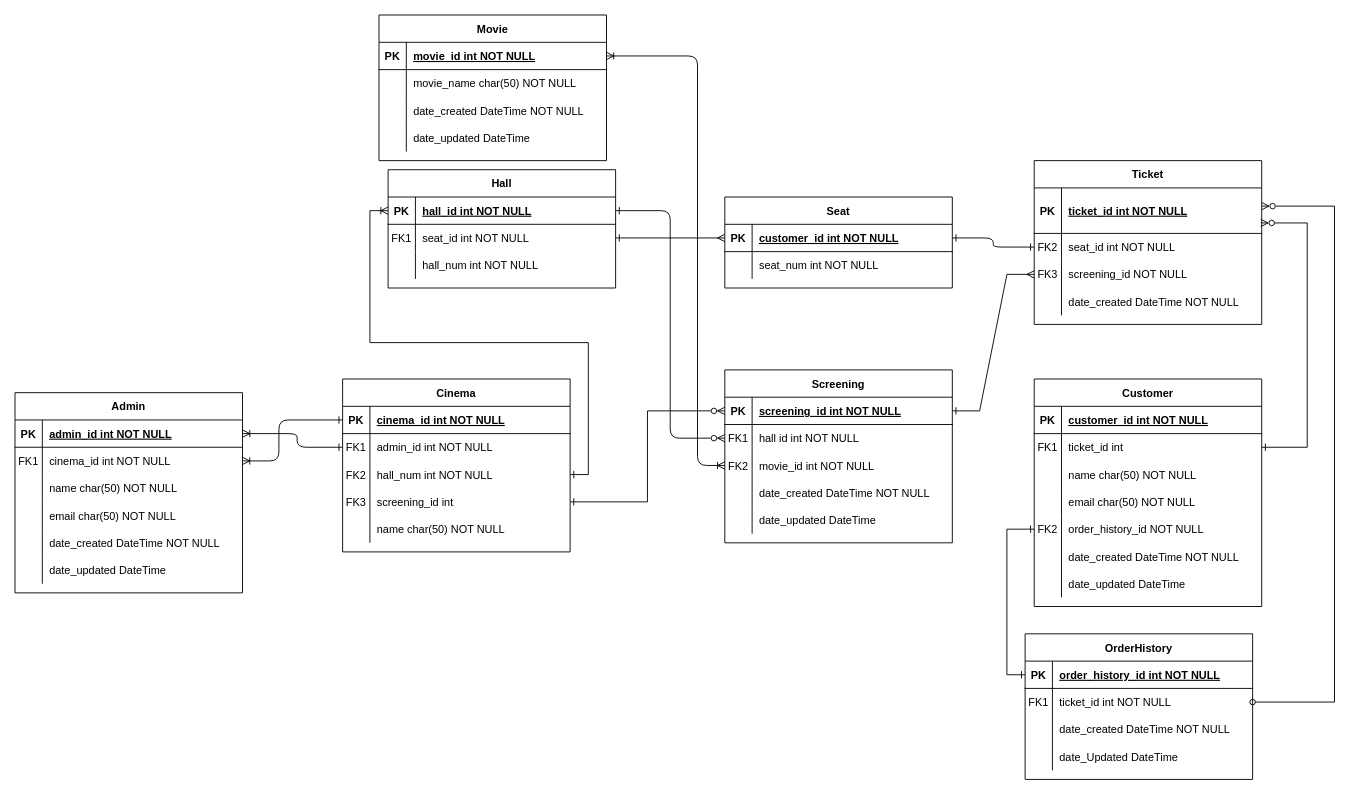
Earlier version of the draw.io diagram Untitled Diagram(1).drawio (boolean-uk/database-design). Source tidied: cells renumbered, new cells numbered last; positions are measured from the earlier drawing's top-left corner, leaving out a move shared by most shapes. Both pictures are drawn from the tidied source at 91%, with x=0, y=0 at pixel (15, 15).
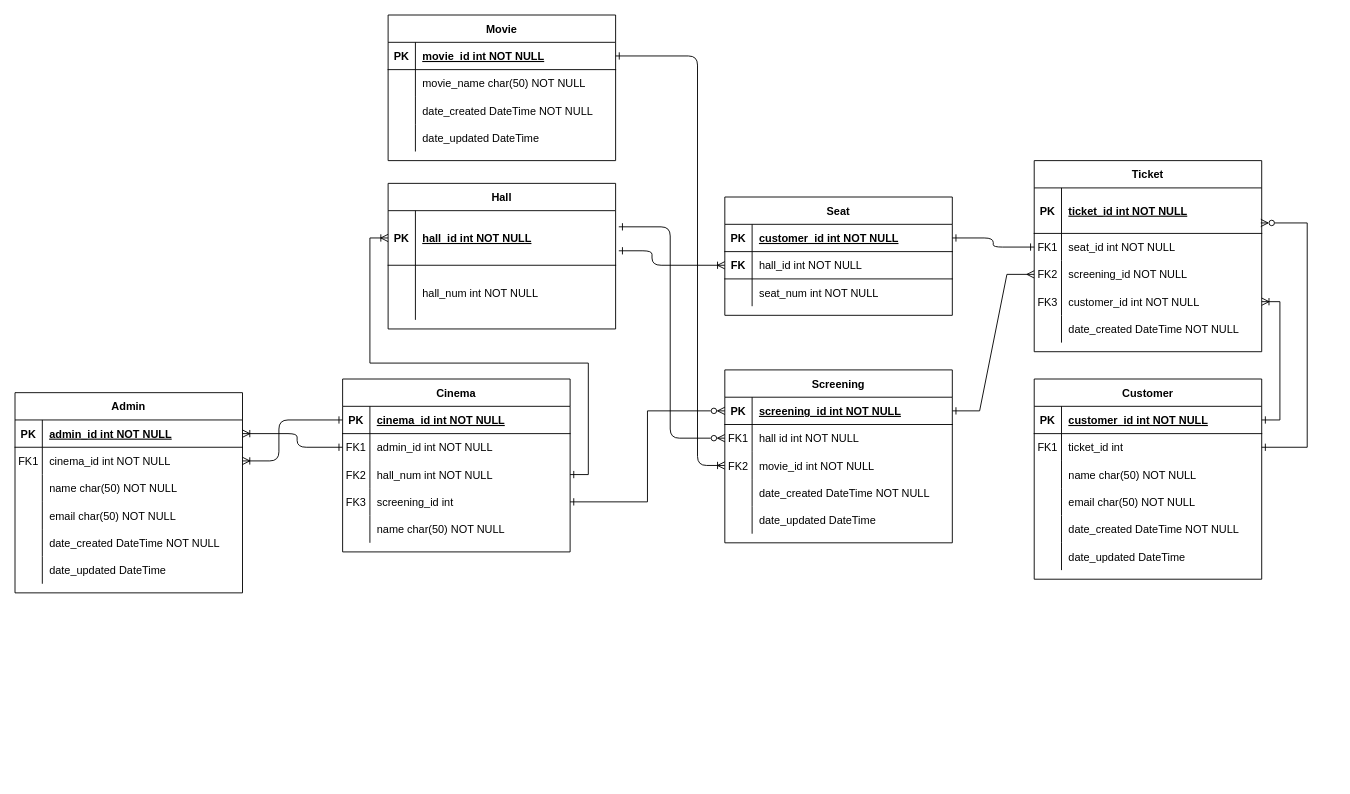
After the change.

The change refers to these unchanged cells:
```xml
<mxCell id="6" style="shape=partialRectangle;fillColor=none;points=[[0,0.5],[1,0.5]];portConstraint=eastwest;top=0;left=0;right=0;bottom=0;" parent="2" vertex="1">
  <mxGeometry y="80" width="250" height="30" as="geometry" />
</mxCell>
<mxCell id="9" style="shape=partialRectangle;fillColor=none;points=[[0,0.5],[1,0.5]];portConstraint=eastwest;top=0;left=0;right=0;bottom=0;" parent="2" vertex="1">
  <mxGeometry y="110" width="250" height="30" as="geometry" />
</mxCell>
<mxCell id="16" style="shape=partialRectangle;fillColor=none;points=[[0,0.5],[1,0.5]];portConstraint=eastwest;top=0;left=0;right=0;bottom=1;" parent="15" vertex="1">
  <mxGeometry y="30" width="250" height="30" as="geometry" />
</mxCell>
<mxCell id="38" style="shape=partialRectangle;fillColor=none;points=[[0,0.5],[1,0.5]];portConstraint=eastwest;top=0;left=0;right=0;bottom=1;" parent="37" vertex="1">
  <mxGeometry y="30" width="250" height="30" as="geometry" />
</mxCell>
<mxCell id="51" style="shape=partialRectangle;fillColor=none;points=[[0,0.5],[1,0.5]];portConstraint=eastwest;top=0;left=0;right=0;bottom=1;" parent="50" vertex="1">
  <mxGeometry y="30" width="250" height="30" as="geometry" />
</mxCell>
<mxCell id="89" style="shape=partialRectangle;fillColor=none;points=[[0,0.5],[1,0.5]];portConstraint=eastwest;top=0;left=0;right=0;bottom=0;" parent="85" vertex="1">
  <mxGeometry y="60" width="250" height="30" as="geometry" />
</mxCell>
<mxCell id="92" style="shape=partialRectangle;fillColor=none;points=[[0,0.5],[1,0.5]];portConstraint=eastwest;top=0;left=0;right=0;bottom=0;" parent="85" vertex="1">
  <mxGeometry y="90" width="250" height="30" as="geometry" />
</mxCell>
```

Diff of the diagram source:
```diff
@@
     <mxCell id="2" value="Ticket" style="shape=table;startSize=30;childLayout=tableLayout;rowLines=0;fontStyle=1;align=center;" parent="1" vertex="1">
-      <mxGeometry x="1120" y="160" width="250" height="180" as="geometry" />
+      <mxGeometry x="1120" y="160" width="250" height="210" as="geometry" />
     </mxCell>
@@
-    <mxCell id="7" value="FK2" style="shape=partialRectangle;overflow=hidden;fillColor=none;top=0;left=0;bottom=0;right=0;" parent="6" vertex="1">
+    <mxCell id="7" value="FK1" style="shape=partialRectangle;overflow=hidden;fillColor=none;top=0;left=0;bottom=0;right=0;" parent="6" vertex="1">
       <mxGeometry width="30" height="30" as="geometry" />
     </mxCell>
@@
-    <mxCell id="10" value="FK3" style="shape=partialRectangle;overflow=hidden;fillColor=none;top=0;left=0;bottom=0;right=0;" parent="9" vertex="1">
+    <mxCell id="10" value="FK2" style="shape=partialRectangle;overflow=hidden;fillColor=none;top=0;left=0;bottom=0;right=0;" parent="9" vertex="1">
       <mxGeometry width="30" height="30" as="geometry" />
     </mxCell>
@@
+    <mxCell id="143" style="shape=partialRectangle;fillColor=none;points=[[0,0.5],[1,0.5]];portConstraint=eastwest;top=0;left=0;right=0;bottom=0;" parent="2" vertex="1">
+      <mxGeometry y="140" width="250" height="30" as="geometry" />
+    </mxCell>
+    <mxCell id="144" value="FK3" style="shape=partialRectangle;overflow=hidden;fillColor=none;top=0;left=0;bottom=0;right=0;" parent="143" vertex="1">
+      <mxGeometry width="30" height="30" as="geometry" />
+    </mxCell>
+    <mxCell id="145" value="customer_id int NOT NULL" style="shape=partialRectangle;overflow=hidden;fillColor=none;top=0;left=0;bottom=0;right=0;align=left;spacingLeft=6;" parent="143" vertex="1">
+      <mxGeometry x="30" width="220" height="30" as="geometry" />
+    </mxCell>
     <mxCell id="12" style="shape=partialRectangle;fillColor=none;top=0;left=0;right=0;bottom=0;" parent="2" vertex="1">
-      <mxGeometry y="140" width="250" height="30" as="geometry" />
+      <mxGeometry y="170" width="250" height="30" as="geometry" />
     </mxCell>
@@
     <mxCell id="15" value="Customer" style="shape=table;startSize=30;childLayout=tableLayout;rowLines=0;fontStyle=1;align=center;" parent="1" vertex="1">
-      <mxGeometry x="1120" y="400" width="250" height="250" as="geometry" />
+      <mxGeometry x="1120" y="400" width="250" height="220" as="geometry" />
     </mxCell>
@@
-    <mxCell id="28" style="shape=partialRectangle;fillColor=none;points=[[0,0.5],[1,0.5]];portConstraint=eastwest;top=0;left=0;right=0;bottom=0;" parent="15" vertex="1">
-      <mxGeometry y="150" width="250" height="30" as="geometry" />
-    </mxCell>
-    <mxCell id="29" value="FK2" style="shape=partialRectangle;overflow=hidden;fillColor=none;top=0;left=0;bottom=0;right=0;" parent="28" vertex="1">
-      <mxGeometry width="30" height="30" as="geometry" />
-    </mxCell>
-    <mxCell id="30" value="order_history_id NOT NULL" style="shape=partialRectangle;overflow=hidden;fillColor=none;top=0;left=0;bottom=0;right=0;align=left;spacingLeft=6;" parent="28" vertex="1">
-      <mxGeometry x="30" width="220" height="30" as="geometry" />
-    </mxCell>
     <mxCell id="31" style="shape=partialRectangle;fillColor=none;top=0;left=0;right=0;bottom=0;" parent="15" vertex="1">
-      <mxGeometry y="180" width="250" height="30" as="geometry" />
+      <mxGeometry y="150" width="250" height="30" as="geometry" />
     </mxCell>
@@
     <mxCell id="34" style="shape=partialRectangle;fillColor=none;top=0;left=0;right=0;bottom=0;" parent="15" vertex="1">
-      <mxGeometry y="210" width="250" height="30" as="geometry" />
+      <mxGeometry y="180" width="250" height="30" as="geometry" />
     </mxCell>
@@
     <mxCell id="37" value="Movie" style="shape=table;startSize=30;childLayout=tableLayout;rowLines=0;fontStyle=1;align=center;" parent="1" vertex="1">
-      <mxGeometry x="400" width="250" height="160" as="geometry" />
+      <mxGeometry x="410" width="250" height="160" as="geometry" />
     </mxCell>
@@
     <mxCell id="50" value="Seat" style="shape=table;startSize=30;childLayout=tableLayout;rowLines=0;fontStyle=1;align=center;" parent="1" vertex="1">
-      <mxGeometry x="780" y="200" width="250" height="100" as="geometry" />
+      <mxGeometry x="780" y="200" width="250" height="130" as="geometry" />
     </mxCell>
@@
+    <mxCell id="146" style="shape=partialRectangle;fillColor=none;points=[[0,0.5],[1,0.5]];portConstraint=eastwest;top=0;left=0;right=0;bottom=1;" parent="50" vertex="1">
+      <mxGeometry y="60" width="250" height="30" as="geometry" />
+    </mxCell>
+    <mxCell id="147" value="FK" style="shape=partialRectangle;overflow=hidden;fillColor=none;top=0;left=0;bottom=0;right=0;fontStyle=1;" parent="146" vertex="1">
+      <mxGeometry width="30" height="30" as="geometry" />
+    </mxCell>
+    <mxCell id="148" value="hall_id int NOT NULL" style="shape=partialRectangle;overflow=hidden;fillColor=none;top=0;left=0;bottom=0;right=0;align=left;spacingLeft=6;fontStyle=0;" parent="146" vertex="1">
+      <mxGeometry x="30" width="220" height="30" as="geometry" />
+    </mxCell>
     <mxCell id="54" style="shape=partialRectangle;fillColor=none;top=0;left=0;right=0;bottom=0;" parent="50" vertex="1">
-      <mxGeometry y="60" width="250" height="30" as="geometry" />
+      <mxGeometry y="90" width="250" height="30" as="geometry" />
     </mxCell>
@@
     <mxCell id="57" value="Hall" style="shape=table;startSize=30;childLayout=tableLayout;rowLines=0;fontStyle=1;align=center;" parent="1" vertex="1">
-      <mxGeometry x="410" y="170" width="250" height="130" as="geometry" />
+      <mxGeometry x="410" y="185" width="250" height="160" as="geometry" />
     </mxCell>
     <mxCell id="58" style="shape=partialRectangle;fillColor=none;points=[[0,0.5],[1,0.5]];portConstraint=eastwest;top=0;left=0;right=0;bottom=1;" parent="57" vertex="1">
-      <mxGeometry y="30" width="250" height="30" as="geometry" />
+      <mxGeometry y="30" width="250" height="60" as="geometry" />
     </mxCell>
     <mxCell id="59" value="PK" style="shape=partialRectangle;overflow=hidden;fillColor=none;top=0;left=0;bottom=0;right=0;fontStyle=1;" parent="58" vertex="1">
-      <mxGeometry width="30" height="30" as="geometry" />
+      <mxGeometry width="30" height="60" as="geometry" />
     </mxCell>
     <mxCell id="60" value="hall_id int NOT NULL " style="shape=partialRectangle;overflow=hidden;fillColor=none;top=0;left=0;bottom=0;right=0;align=left;spacingLeft=6;fontStyle=5;" parent="58" vertex="1">
-      <mxGeometry x="30" width="220" height="30" as="geometry" />
+      <mxGeometry x="30" width="220" height="60" as="geometry" />
     </mxCell>
-    <mxCell id="61" style="shape=partialRectangle;fillColor=none;points=[[0,0.5],[1,0.5]];portConstraint=eastwest;top=0;left=0;right=0;bottom=0;" parent="57" vertex="1">
-      <mxGeometry y="60" width="250" height="30" as="geometry" />
-    </mxCell>
-    <mxCell id="62" value="FK1" style="shape=partialRectangle;overflow=hidden;fillColor=none;top=0;left=0;bottom=0;right=0;" parent="61" vertex="1">
-      <mxGeometry width="30" height="30" as="geometry" />
-    </mxCell>
-    <mxCell id="63" value="seat_id int NOT NULL" style="shape=partialRectangle;overflow=hidden;fillColor=none;top=0;left=0;bottom=0;right=0;align=left;spacingLeft=6;" parent="61" vertex="1">
-      <mxGeometry x="30" width="220" height="30" as="geometry" />
-    </mxCell>
     <mxCell id="64" style="shape=partialRectangle;fillColor=none;top=0;left=0;right=0;bottom=0;" parent="57" vertex="1">
-      <mxGeometry y="90" width="250" height="30" as="geometry" />
+      <mxGeometry y="90" width="250" height="60" as="geometry" />
     </mxCell>
     <mxCell id="65" style="shape=partialRectangle;overflow=hidden;fillColor=none;top=0;left=0;bottom=0;right=0;" parent="64" vertex="1">
-      <mxGeometry width="30" height="30" as="geometry" />
+      <mxGeometry width="30" height="60" as="geometry" />
     </mxCell>
     <mxCell id="66" value="hall_num int NOT NULL" style="shape=partialRectangle;overflow=hidden;fillColor=none;top=0;left=0;bottom=0;right=0;align=left;spacingLeft=6;" parent="64" vertex="1">
-      <mxGeometry x="30" width="220" height="30" as="geometry" />
+      <mxGeometry x="30" width="220" height="60" as="geometry" />
     </mxCell>
@@
-    <mxCell id="68" style="edgeStyle=orthogonalEdgeStyle;rounded=1;jettySize=auto;html=1;entryX=0;entryY=0.5;entryDx=0;entryDy=0;curved=0;endArrow=ERmany;endFill=0;startArrow=ERone;startFill=0;" parent="1" edge="1" source="61" target="51">
+    <mxCell id="68" style="edgeStyle=orthogonalEdgeStyle;rounded=1;jettySize=auto;html=1;entryX=0;entryY=0.5;entryDx=0;entryDy=0;curved=0;endArrow=ERmany;endFill=0;startArrow=ERone;startFill=0;" parent="1" edge="1" target="51">
       <mxGeometry relative="1" as="geometry" />
     </mxCell>
-    <mxCell id="69" value="OrderHistory" style="shape=table;startSize=30;childLayout=tableLayout;rowLines=0;fontStyle=1;align=center;" parent="1" vertex="1">
-      <mxGeometry x="1110" y="680" width="250" height="160" as="geometry" />
-    </mxCell>
-    <mxCell id="70" style="shape=partialRectangle;fillColor=none;points=[[0,0.5],[1,0.5]];portConstraint=eastwest;top=0;left=0;right=0;bottom=1;" parent="69" vertex="1">
-      <mxGeometry y="30" width="250" height="30" as="geometry" />
-    </mxCell>
-    <mxCell id="71" value="PK" style="shape=partialRectangle;overflow=hidden;fillColor=none;top=0;left=0;bottom=0;right=0;fontStyle=1;" parent="70" vertex="1">
-      <mxGeometry width="30" height="30" as="geometry" />
-    </mxCell>
-    <mxCell id="72" value="order_history_id int NOT NULL " style="shape=partialRectangle;overflow=hidden;fillColor=none;top=0;left=0;bottom=0;right=0;align=left;spacingLeft=6;fontStyle=5;" parent="70" vertex="1">
-      <mxGeometry x="30" width="220" height="30" as="geometry" />
-    </mxCell>
-    <mxCell id="73" style="shape=partialRectangle;fillColor=none;points=[[0,0.5],[1,0.5]];portConstraint=eastwest;top=0;left=0;right=0;bottom=0;" parent="69" vertex="1">
-      <mxGeometry y="60" width="250" height="30" as="geometry" />
-    </mxCell>
-    <mxCell id="74" value="FK1" style="shape=partialRectangle;overflow=hidden;fillColor=none;top=0;left=0;bottom=0;right=0;" parent="73" vertex="1">
-      <mxGeometry width="30" height="30" as="geometry" />
-    </mxCell>
-    <mxCell id="75" value="ticket_id int NOT NULL" style="shape=partialRectangle;overflow=hidden;fillColor=none;top=0;left=0;bottom=0;right=0;align=left;spacingLeft=6;" parent="73" vertex="1">
-      <mxGeometry x="30" width="220" height="30" as="geometry" />
-    </mxCell>
-    <mxCell id="76" style="shape=partialRectangle;fillColor=none;top=0;left=0;right=0;bottom=0;" parent="69" vertex="1">
-      <mxGeometry y="90" width="250" height="30" as="geometry" />
-    </mxCell>
-    <mxCell id="77" style="shape=partialRectangle;overflow=hidden;fillColor=none;top=0;left=0;bottom=0;right=0;" parent="76" vertex="1">
-      <mxGeometry width="30" height="30" as="geometry" />
-    </mxCell>
-    <mxCell id="78" value="date_created DateTime NOT NULL" style="shape=partialRectangle;overflow=hidden;fillColor=none;top=0;left=0;bottom=0;right=0;align=left;spacingLeft=6;" parent="76" vertex="1">
-      <mxGeometry x="30" width="220" height="30" as="geometry" />
-    </mxCell>
-    <mxCell id="79" style="shape=partialRectangle;fillColor=none;top=0;left=0;right=0;bottom=0;" parent="69" vertex="1">
-      <mxGeometry y="120" width="250" height="30" as="geometry" />
-    </mxCell>
-    <mxCell id="80" style="shape=partialRectangle;overflow=hidden;fillColor=none;top=0;left=0;bottom=0;right=0;" parent="79" vertex="1">
-      <mxGeometry width="30" height="30" as="geometry" />
-    </mxCell>
-    <mxCell id="81" value="date_Updated DateTime " style="shape=partialRectangle;overflow=hidden;fillColor=none;top=0;left=0;bottom=0;right=0;align=left;spacingLeft=6;" parent="79" vertex="1">
-      <mxGeometry x="30" width="220" height="30" as="geometry" />
-    </mxCell>
-    <mxCell id="82" style="edgeStyle=orthogonalEdgeStyle;rounded=0;jettySize=auto;html=1;entryX=0;entryY=0.5;entryDx=0;entryDy=0;startArrow=ERone;startFill=0;endArrow=ERone;endFill=0;" parent="1" edge="1" source="28" target="70">
-      <mxGeometry relative="1" as="geometry" />
-    </mxCell>
@@
-    <mxCell id="84" style="edgeStyle=orthogonalEdgeStyle;rounded=0;jettySize=auto;html=1;endArrow=ERzeroToMany;endFill=0;startArrow=oval;startFill=0;" parent="1" edge="1" source="73">
-      <mxGeometry relative="1" as="geometry">
-        <mxPoint x="1370" y="210" as="targetPoint" />
-        <Array as="points">
-          <mxPoint x="1450" y="755" />
-          <mxPoint x="1450" y="210" />
-        </Array>
-      </mxGeometry>
-    </mxCell>
@@
-    <mxCell id="102" style="edgeStyle=orthogonalEdgeStyle;rounded=1;jettySize=auto;html=1;entryX=1;entryY=0.5;entryDx=0;entryDy=0;curved=0;endArrow=ERone;endFill=0;startArrow=ERzeroToMany;startFill=0;" parent="1" edge="1" source="89" target="58">
+    <mxCell id="102" style="edgeStyle=orthogonalEdgeStyle;rounded=1;jettySize=auto;html=1;entryX=1.014;entryY=0.296;entryDx=0;entryDy=0;curved=0;endArrow=ERone;endFill=0;startArrow=ERzeroToMany;startFill=0;entryPerimeter=0;" parent="1" edge="1" source="89" target="58">
       <mxGeometry relative="1" as="geometry" />
     </mxCell>
-    <mxCell id="103" style="edgeStyle=orthogonalEdgeStyle;rounded=1;jettySize=auto;html=1;curved=0;endArrow=ERoneToMany;endFill=0;startArrow=ERoneToMany;startFill=0;entryX=1;entryY=0.5;entryDx=0;entryDy=0;" parent="1" edge="1" source="92" target="38">
+    <mxCell id="103" style="edgeStyle=orthogonalEdgeStyle;rounded=1;jettySize=auto;html=1;curved=0;endArrow=ERone;endFill=0;startArrow=ERoneToMany;startFill=0;entryX=1;entryY=0.5;entryDx=0;entryDy=0;" parent="1" edge="1" source="92" target="38">
       <mxGeometry relative="1" as="geometry">
         <Array as="points">
           <mxPoint x="750" y="495" />
           <mxPoint x="750" y="45" />
         </Array>
       </mxGeometry>
     </mxCell>
@@
+    <mxCell id="149" style="edgeStyle=orthogonalEdgeStyle;rounded=0;jettySize=auto;html=1;entryX=1;entryY=0.5;entryDx=0;entryDy=0;startArrow=ERone;startFill=0;endArrow=ERoneToMany;endFill=0;" parent="1" edge="1" source="16" target="143">
+      <mxGeometry relative="1" as="geometry">
+        <Array as="points">
+          <mxPoint x="1390" y="445" />
+          <mxPoint x="1390" y="315" />
+        </Array>
+      </mxGeometry>
+    </mxCell>
+    <mxCell id="150" style="edgeStyle=orthogonalEdgeStyle;rounded=1;jettySize=auto;html=1;entryX=1.014;entryY=0.735;entryDx=0;entryDy=0;entryPerimeter=0;curved=0;startArrow=ERoneToMany;startFill=0;endArrow=ERone;endFill=0;" parent="1" edge="1" source="146" target="58">
+      <mxGeometry relative="1" as="geometry">
+        <Array as="points">
+          <mxPoint x="700" y="275" />
+          <mxPoint x="700" y="259" />
+        </Array>
+      </mxGeometry>
+    </mxCell>
```
